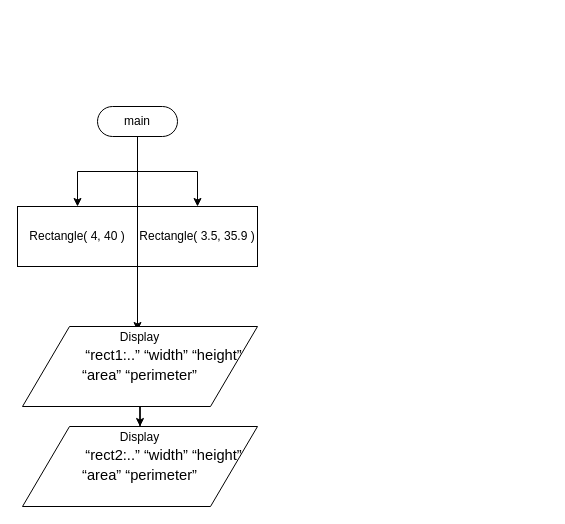
Before: doc/week_eight_test_plan.drawio in RedjaderCode/redjader, a draw.io diagram. Source tidied: cells renumbered, new cells numbered last; positions are measured from the earlier drawing's top-left corner, leaving out a move shared by most shapes. Both pictures are drawn from the tidied source at 100%, with x=0, y=0 at pixel (17, 106).
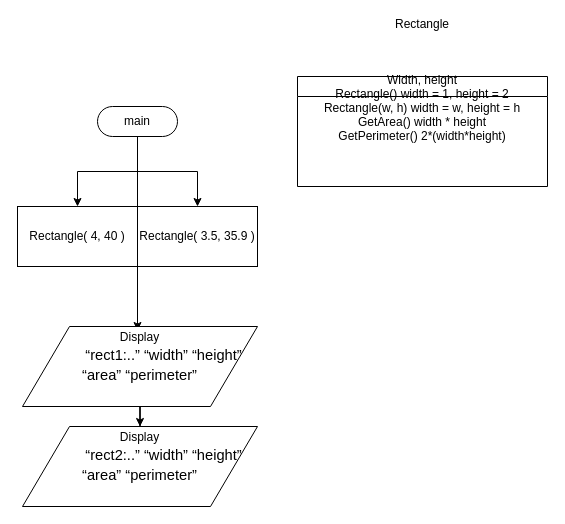
Above is the later version.

What changed in the source:
```diff
@@
 <mxGraphModel>
   <root>
     <mxCell id="0" />
     <mxCell id="1" parent="0" />
     <mxCell id="2" style="edgeStyle=orthogonalEdgeStyle;rounded=0;jettySize=auto;html=1;" parent="1" edge="1" source="5" target="6">
       <mxGeometry relative="1" as="geometry" />
     </mxCell>
     <mxCell id="3" style="edgeStyle=orthogonalEdgeStyle;rounded=0;jettySize=auto;html=1;" parent="1" edge="1" source="5" target="7">
       <mxGeometry relative="1" as="geometry" />
     </mxCell>
     <mxCell id="4" style="edgeStyle=orthogonalEdgeStyle;rounded=0;jettySize=auto;html=1;" parent="1" edge="1" source="5">
       <mxGeometry relative="1" as="geometry">
         <mxPoint x="120" y="224" as="targetPoint" />
       </mxGeometry>
     </mxCell>
     <mxCell id="5" value="main" style="html=1;dashed=0;whiteSpace=wrap;shape=mxgraph.dfd.start;" parent="1" vertex="1">
       <mxGeometry x="80" width="80" height="30" as="geometry" />
     </mxCell>
     <mxCell id="6" value="Rectangle( 4, 40 )" style="whiteSpace=wrap;html=1;dashed=0;" parent="1" vertex="1">
       <mxGeometry y="100" width="120" height="60" as="geometry" />
     </mxCell>
     <mxCell id="7" value="Rectangle( 3.5, 35.9 )" style="whiteSpace=wrap;html=1;dashed=0;" parent="1" vertex="1">
       <mxGeometry x="120" y="100" width="120" height="60" as="geometry" />
     </mxCell>
     <mxCell id="8" style="edgeStyle=orthogonalEdgeStyle;rounded=0;jettySize=auto;html=1;" parent="1" edge="1" source="9" target="10">
       <mxGeometry relative="1" as="geometry" />
     </mxCell>
     <mxCell id="9" value="Display&lt;div&gt;&lt;span id=&quot;docs-internal-guid-20cb38a5-7fff-5b3b-3c27-8b09750b406d&quot;&gt;&lt;p style=&quot;line-height:1.38;text-indent: 36pt;margin-top:0pt;margin-bottom:0pt;&quot; dir=&quot;ltr&quot;&gt;&lt;span style=&quot;font-size: 11pt; font-family: Arial, sans-serif; background-color: transparent; font-variant-numeric: normal; font-variant-east-asian: normal; font-variant-alternates: normal; font-variant-position: normal; font-variant-emoji: normal; vertical-align: baseline; white-space-collapse: preserve;&quot;&gt;“rect1:..” “width” “height” “area” “perimeter”&lt;/span&gt;&lt;/p&gt;&lt;div&gt;&lt;span style=&quot;font-size: 11pt; font-family: Arial, sans-serif; background-color: transparent; font-variant-numeric: normal; font-variant-east-asian: normal; font-variant-alternates: normal; font-variant-position: normal; font-variant-emoji: normal; vertical-align: baseline; white-space-collapse: preserve;&quot;&gt;&lt;br&gt;&lt;/span&gt;&lt;/div&gt;&lt;/span&gt;&lt;/div&gt;" style="shape=parallelogram;perimeter=parallelogramPerimeter;whiteSpace=wrap;html=1;dashed=0;" parent="1" vertex="1">
       <mxGeometry x="5" y="220" width="235" height="80" as="geometry" />
     </mxCell>
     <mxCell id="10" value="Display&lt;div&gt;&lt;span id=&quot;docs-internal-guid-20cb38a5-7fff-5b3b-3c27-8b09750b406d&quot;&gt;&lt;p style=&quot;line-height:1.38;text-indent: 36pt;margin-top:0pt;margin-bottom:0pt;&quot; dir=&quot;ltr&quot;&gt;&lt;span style=&quot;font-size: 11pt; font-family: Arial, sans-serif; background-color: transparent; font-variant-numeric: normal; font-variant-east-asian: normal; font-variant-alternates: normal; font-variant-position: normal; font-variant-emoji: normal; vertical-align: baseline; white-space-collapse: preserve;&quot;&gt;“rect2:..” “width” “height” “area” “perimeter”&lt;/span&gt;&lt;/p&gt;&lt;div&gt;&lt;span style=&quot;font-size: 11pt; font-family: Arial, sans-serif; background-color: transparent; font-variant-numeric: normal; font-variant-east-asian: normal; font-variant-alternates: normal; font-variant-position: normal; font-variant-emoji: normal; vertical-align: baseline; white-space-collapse: preserve;&quot;&gt;&lt;br&gt;&lt;/span&gt;&lt;/div&gt;&lt;/span&gt;&lt;/div&gt;" style="shape=parallelogram;perimeter=parallelogramPerimeter;whiteSpace=wrap;html=1;dashed=0;" parent="1" vertex="1">
       <mxGeometry x="5" y="320" width="235" height="80" as="geometry" />
     </mxCell>
+    <mxCell id="11" value="Rectangle&#10;&#10;&#10;&#10;Width, height&#10;&#9;Rectangle() width = 1, height = 2&#10;&#9;Rectangle(w, h) width = w, height = h&#10;&#9;GetArea() width * height&#10;&#9;GetPerimeter() 2*(width*height)&#10;" style="swimlane;fontStyle=0;horizontal=1;startSize=20;fillColor=#ffffff;swimlaneFillColor=#ffffff;" parent="1" vertex="1">
+      <mxGeometry x="280" y="-30" width="250" height="110" as="geometry" />
+    </mxCell>
   </root>
 </mxGraphModel>
```
